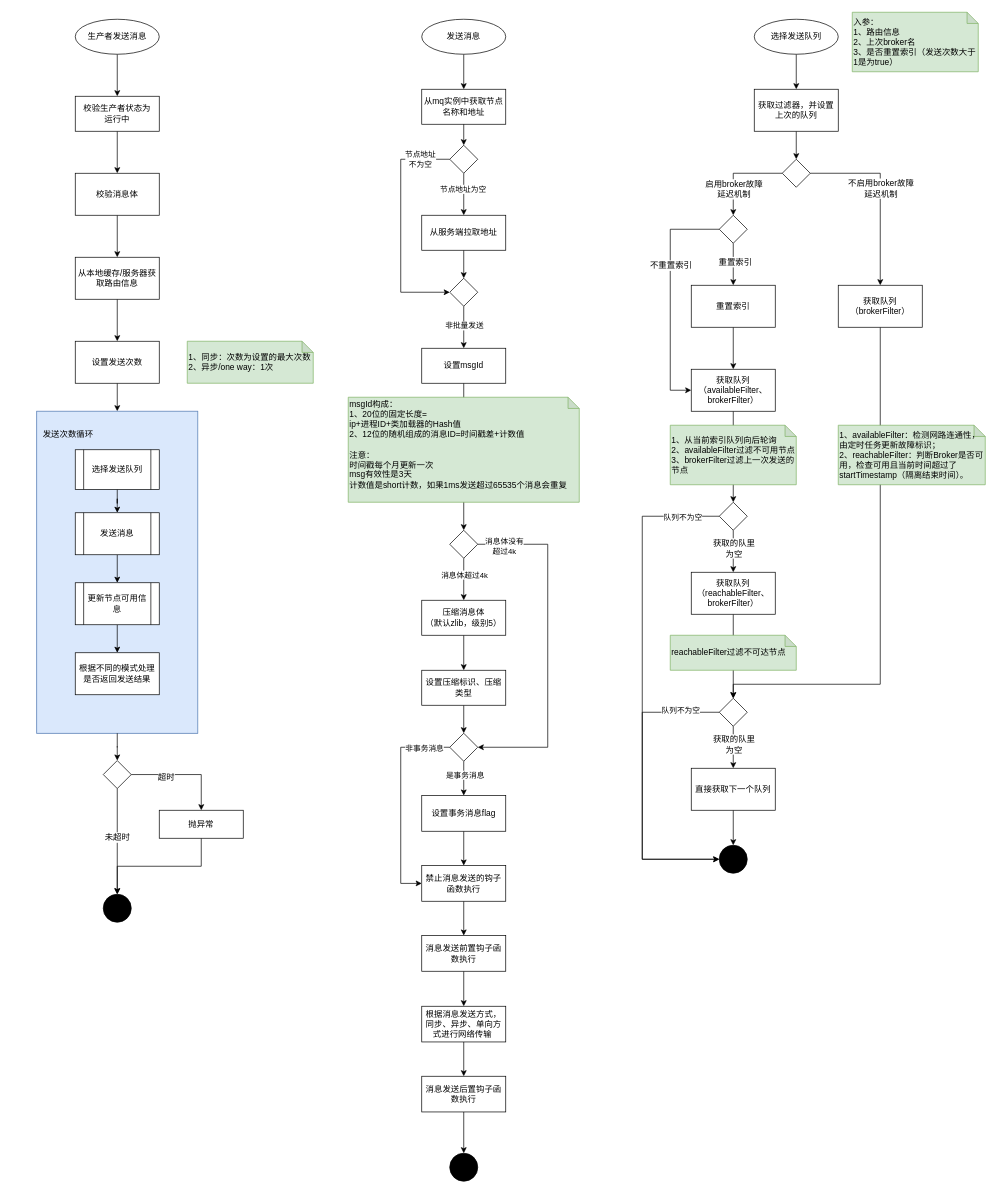
Before: RocketMq/生产者发送消息.drawio in DarrenHoo-10/DarrenDraw, a draw.io diagram. Source tidied: cells renumbered, new cells numbered last; positions are measured from the earlier drawing's top-left corner, leaving out a move shared by most shapes. Both pictures are drawn from the tidied source at 70%, with x=0, y=0 at pixel (36, 12).
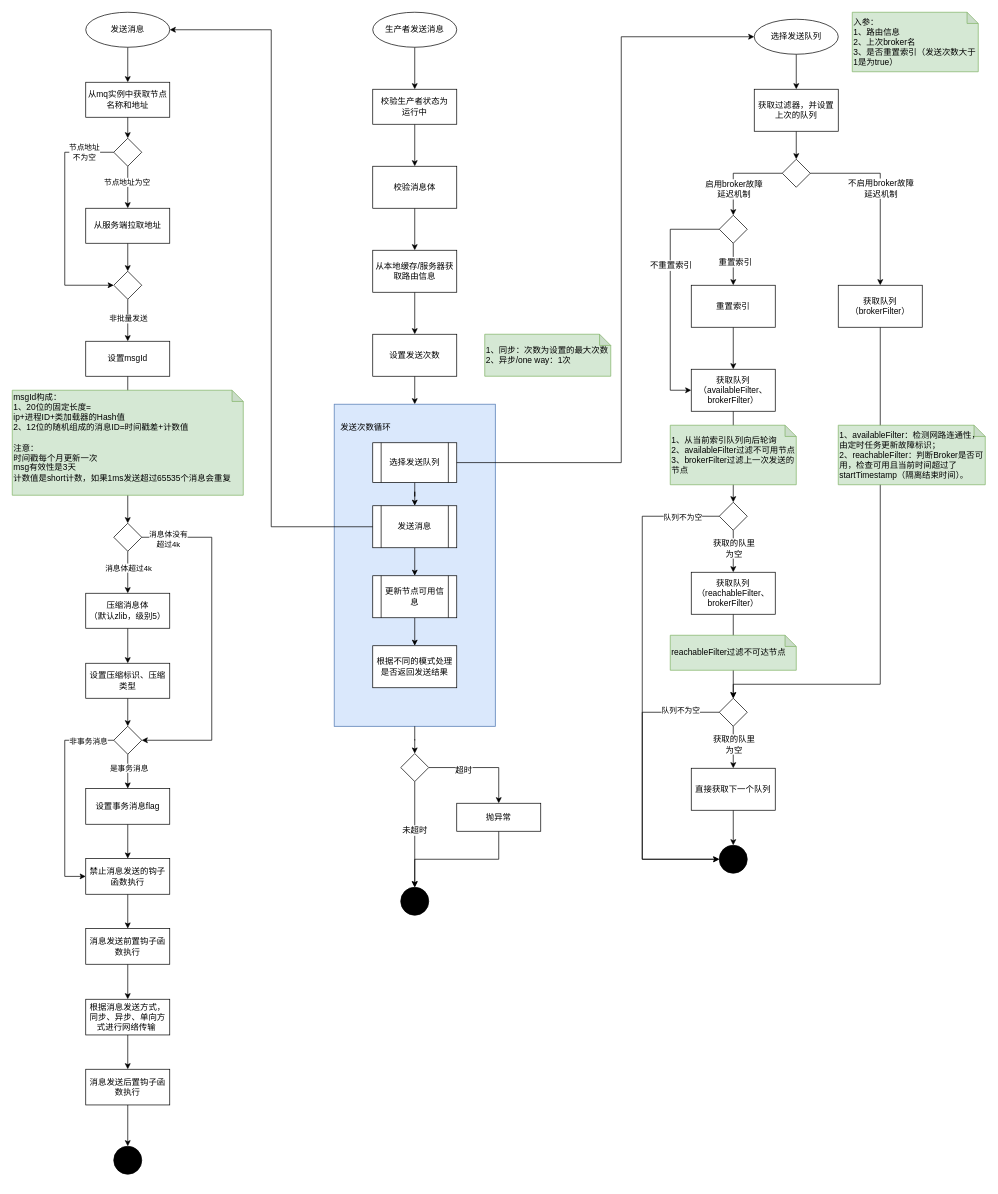
The same page after the edit.

Commit message:
更新生产者发送消息.drawio

Unchanged cells that the change refers to:
```xml
<mxCell id="4" value="选择发送队列" style="ellipse;whiteSpace=wrap;html=1;rounded=0;strokeColor=default;align=center;verticalAlign=middle;fontFamily=Helvetica;fontSize=12;fontColor=default;fillColor=default;" parent="2" vertex="1">
  <mxGeometry x="160" y="10" width="120" height="50" as="geometry" />
</mxCell>
<mxCell id="45" value="发送消息" style="ellipse;whiteSpace=wrap;html=1;rounded=0;strokeColor=default;align=center;verticalAlign=middle;fontFamily=Helvetica;fontSize=12;fontColor=default;fillColor=default;" parent="43" vertex="1">
  <mxGeometry x="105" width="120" height="50" as="geometry" />
</mxCell>
<mxCell id="101" value="选择发送队列" style="shape=process;whiteSpace=wrap;html=1;backgroundOutline=1;rounded=0;strokeColor=default;align=center;verticalAlign=middle;fontFamily=Helvetica;fontSize=12;fontColor=default;fillColor=default;" parent="97" vertex="1">
  <mxGeometry x="55" y="55" width="120" height="56.7" as="geometry" />
</mxCell>
<mxCell id="103" value="发送消息" style="shape=process;whiteSpace=wrap;html=1;backgroundOutline=1;rounded=0;strokeColor=default;align=center;verticalAlign=middle;fontFamily=Helvetica;fontSize=12;fontColor=default;fillColor=default;" parent="97" vertex="1">
  <mxGeometry x="55" y="145" width="120" height="60" as="geometry" />
</mxCell>
```

The edit, as a diff of the source:
```diff
@@
     <mxCell id="43" style="group;" parent="1" vertex="1">
-      <mxGeometry x="445" y="10" width="330" height="1660" as="geometry" />
+      <mxGeometry x="-35" width="330" height="1660" as="geometry" />
     </mxCell>
@@
     <mxCell id="86" style="group;" parent="1" vertex="1">
-      <mxGeometry y="10" width="395" height="1290" as="geometry" />
+      <mxGeometry x="425" width="395" height="1290" as="geometry" />
     </mxCell>
@@
+    <mxCell id="117" style="edgeStyle=orthogonalEdgeStyle;rounded=0;jettySize=auto;html=1;exitX=0;exitY=0.5;exitDx=0;exitDy=0;entryX=1;entryY=0.5;entryDx=0;entryDy=0;" parent="1" edge="1" source="103" target="45">
+      <mxGeometry relative="1" as="geometry" />
+    </mxCell>
+    <mxCell id="118" style="edgeStyle=orthogonalEdgeStyle;rounded=0;jettySize=auto;html=1;exitX=1;exitY=0.5;exitDx=0;exitDy=0;entryX=0;entryY=0.5;entryDx=0;entryDy=0;" parent="1" edge="1" source="101" target="4">
+      <mxGeometry relative="1" as="geometry">
+        <Array as="points">
+          <mxPoint x="835" y="643" />
+          <mxPoint x="835" y="35" />
+        </Array>
+      </mxGeometry>
+    </mxCell>
```
